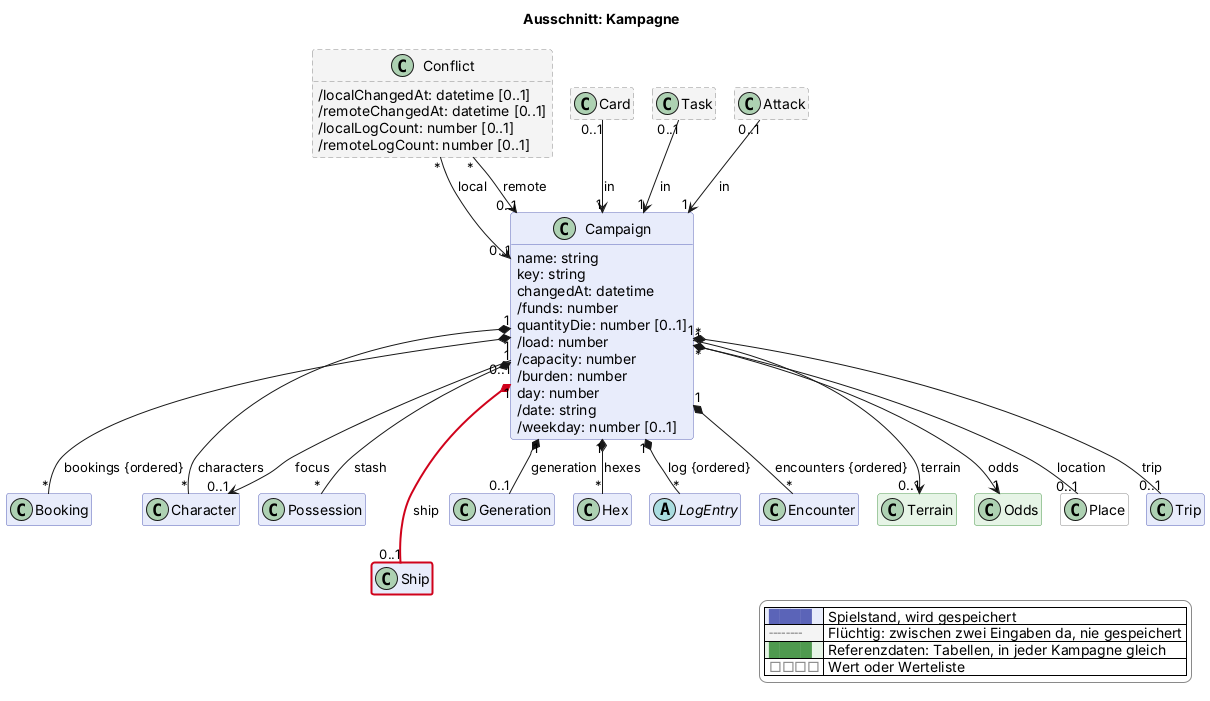
The PlantUML diagram docs/views/kampagne.png in scuzzar/SRE, before a commit.
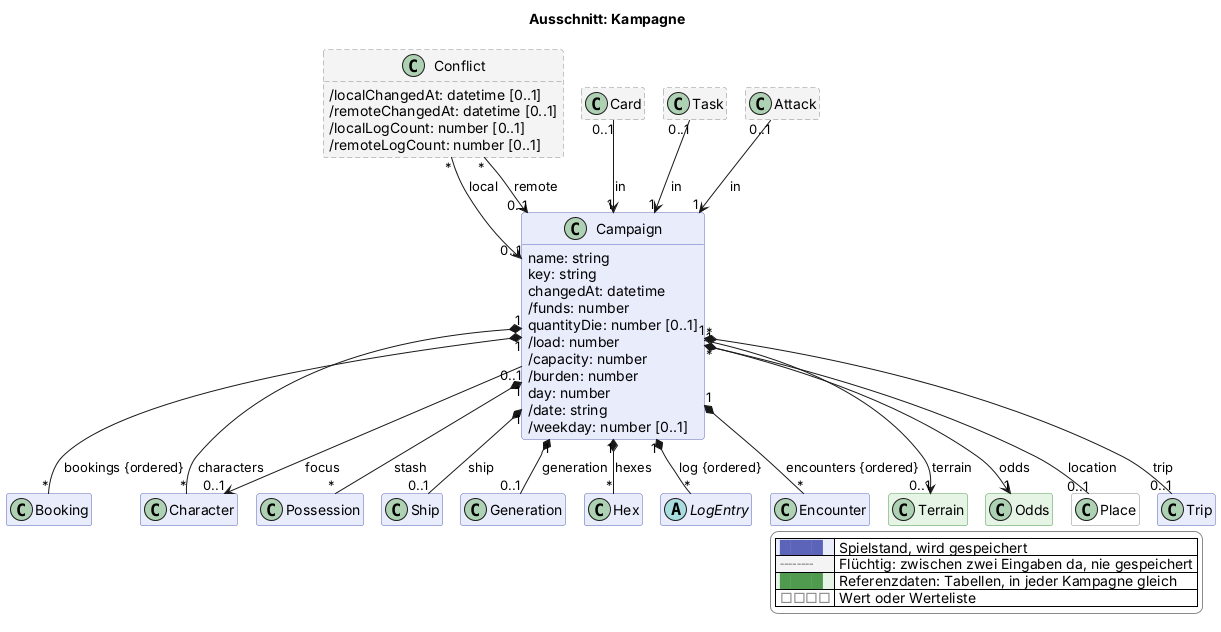
Above is the later version.

Change to the diagram source:
```diff
@@ -83,7 +83,7 @@
   class Character $charakter
   class Possession $shop
 
-  class Ship $schiffe $newClass("2026-11-16")
+  class Ship $schiffe
 
   class Generation $erschaffung
 
@@ -117,7 +117,7 @@
 Conflict "*" --> "0..1" Campaign : local
 Conflict "*" --> "0..1" Campaign : remote
 
-Campaign "1" *-$newArrow("2026-11-16")-- "0..1" Ship : ship
+Campaign "1" *-- "0..1" Ship : ship
 
 
 Campaign "1" *-- "0..1" Generation : generation
@@ -146,5 +146,4 @@
   |<#e6f4e6> <color:#4f9a4f>████</color> | Referenzdaten: Tabellen, in jeder Kampagne gleich |
   |<#ffffff> <color:#8a8a8a>□□□□</color> | Wert oder Werteliste |
 endlegend
-class Ship #line:d0021b;line.bold
 @enduml
```
